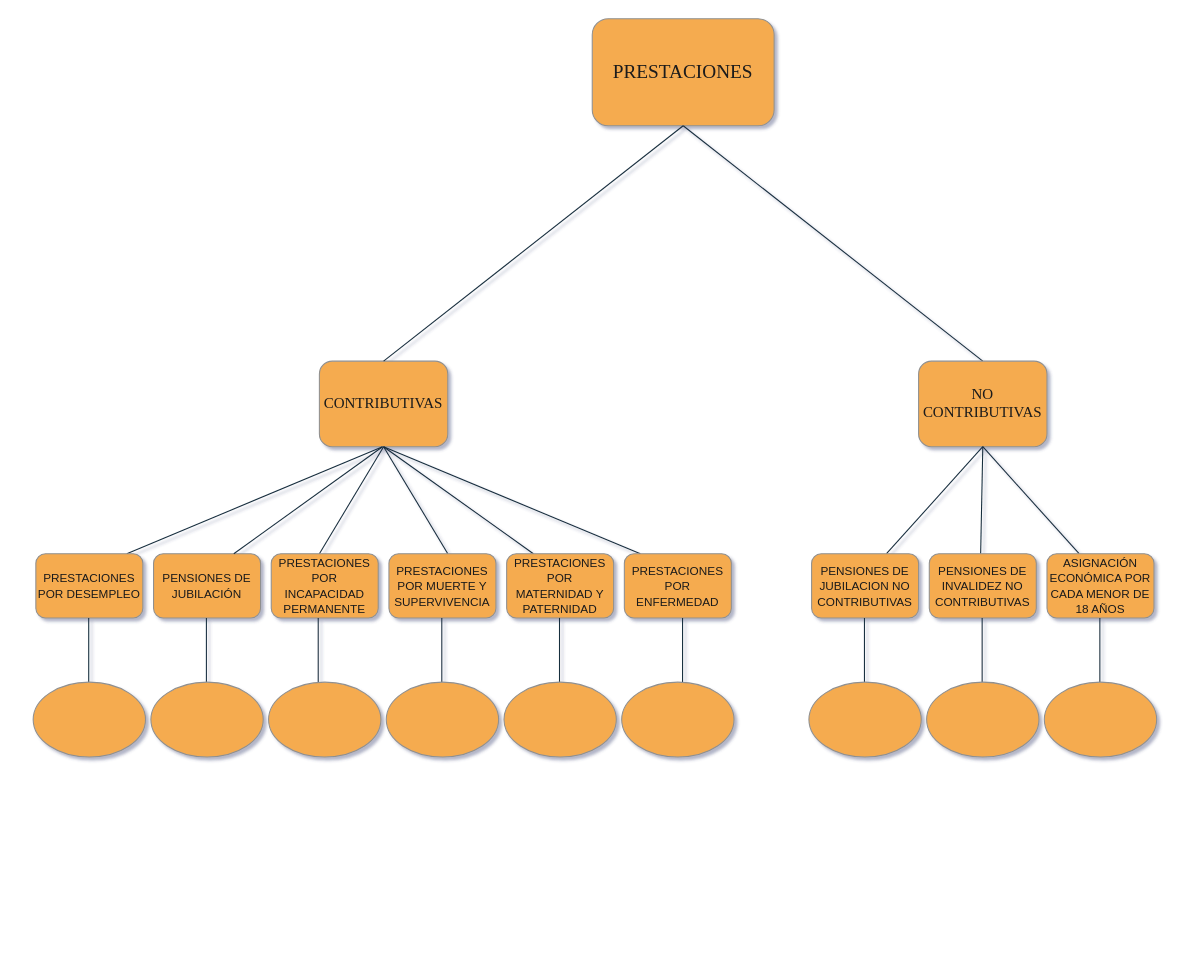
Earlier version of the draw.io diagram Diagrama Hito Fol.drawio (Alexx231/python). Source tidied: cells renumbered, new cells numbered last; positions are measured from the earlier drawing's top-left corner, leaving out a move shared by most shapes. Both pictures are drawn from the tidied source at 107%, with x=0, y=0 at pixel (32, 18).
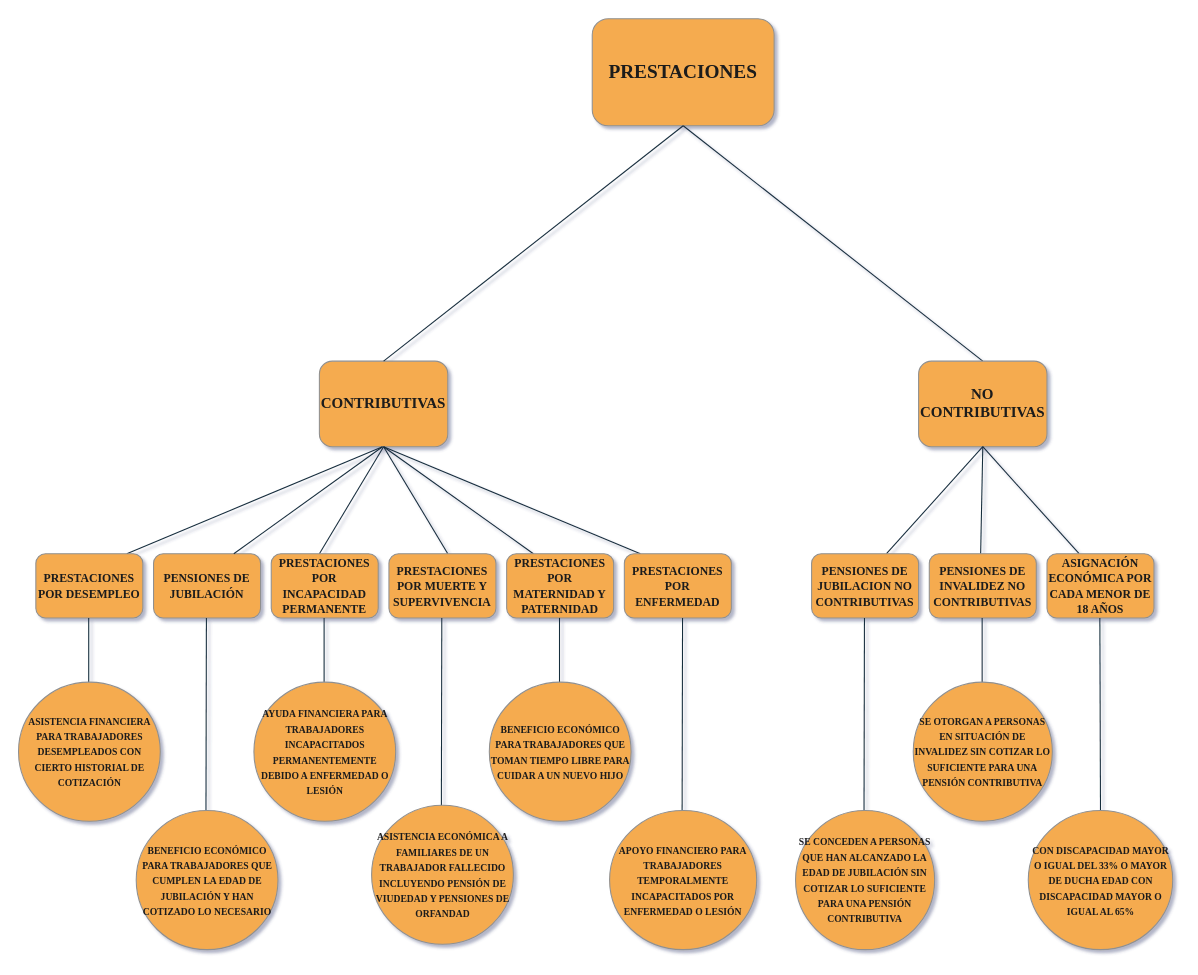
The same diagram, later.

The edit, as a diff of the source:
```diff
@@
-    <mxCell id="2" value="&lt;font style=&quot;font-size: 18px;&quot; face=&quot;Times New Roman&quot;&gt;PRESTACIONES&lt;/font&gt;" style="rounded=1;whiteSpace=wrap;html=1;labelBackgroundColor=none;fillColor=#F5AB50;strokeColor=#909090;fontColor=#1A1A1A;" parent="1" vertex="1">
+    <mxCell id="2" value="&lt;font style=&quot;font-size: 18px;&quot; face=&quot;Times New Roman&quot;&gt;&lt;b&gt;PRESTACIONES&lt;/b&gt;&lt;/font&gt;" style="rounded=1;whiteSpace=wrap;html=1;labelBackgroundColor=none;fillColor=#F5AB50;strokeColor=#909090;fontColor=#1A1A1A;" parent="1" vertex="1">
       <mxGeometry x="523" width="170" height="100" as="geometry" />
     </mxCell>
-    <mxCell id="3" value="&lt;font style=&quot;font-size: 14px;&quot; face=&quot;Times New Roman&quot;&gt;CONTRIBUTIVAS&lt;/font&gt;" style="rounded=1;whiteSpace=wrap;html=1;labelBackgroundColor=none;fillColor=#F5AB50;strokeColor=#909090;fontColor=#1A1A1A;" parent="1" vertex="1">
+    <mxCell id="3" value="&lt;font style=&quot;font-size: 14px;&quot; face=&quot;Times New Roman&quot;&gt;&lt;b&gt;CONTRIBUTIVAS&lt;/b&gt;&lt;/font&gt;" style="rounded=1;whiteSpace=wrap;html=1;labelBackgroundColor=none;fillColor=#F5AB50;strokeColor=#909090;fontColor=#1A1A1A;" parent="1" vertex="1">
       <mxGeometry x="268" y="320" width="120" height="80" as="geometry" />
     </mxCell>
-    <mxCell id="4" value="&lt;font style=&quot;font-size: 11px;&quot;&gt;PENSIONES DE JUBILACIÓN&lt;/font&gt;" style="rounded=1;whiteSpace=wrap;html=1;labelBackgroundColor=none;fillColor=#F5AB50;strokeColor=#909090;fontColor=#1A1A1A;" parent="1" vertex="1">
+    <mxCell id="4" value="&lt;font face=&quot;Times New Roman&quot; style=&quot;font-size: 11px;&quot;&gt;&lt;b&gt;PENSIONES DE JUBILACIÓN&lt;/b&gt;&lt;/font&gt;" style="rounded=1;whiteSpace=wrap;html=1;labelBackgroundColor=none;fillColor=#F5AB50;strokeColor=#909090;fontColor=#1A1A1A;" parent="1" vertex="1">
       <mxGeometry x="113" y="500" width="100" height="60" as="geometry" />
     </mxCell>
@@
-    <mxCell id="7" value="&lt;font face=&quot;Times New Roman&quot; style=&quot;font-size: 14px;&quot;&gt;NO CONTRIBUTIVAS&lt;/font&gt;" style="rounded=1;whiteSpace=wrap;html=1;labelBackgroundColor=none;fillColor=#F5AB50;strokeColor=#909090;fontColor=#1A1A1A;" parent="1" vertex="1">
+    <mxCell id="7" value="&lt;font face=&quot;Times New Roman&quot; style=&quot;font-size: 14px;&quot;&gt;&lt;b&gt;NO CONTRIBUTIVAS&lt;/b&gt;&lt;/font&gt;" style="rounded=1;whiteSpace=wrap;html=1;labelBackgroundColor=none;fillColor=#F5AB50;strokeColor=#909090;fontColor=#1A1A1A;" parent="1" vertex="1">
       <mxGeometry x="828" y="320" width="120" height="80" as="geometry" />
     </mxCell>
@@
-    <mxCell id="14" value="&lt;font style=&quot;font-size: 11px;&quot;&gt;PRESTACIONES POR INCAPACIDAD PERMANENTE&lt;/font&gt;" style="rounded=1;whiteSpace=wrap;html=1;labelBackgroundColor=none;fillColor=#F5AB50;strokeColor=#909090;fontColor=#1A1A1A;" parent="1" vertex="1">
+    <mxCell id="14" value="&lt;font face=&quot;Times New Roman&quot; style=&quot;font-size: 11px;&quot;&gt;&lt;b&gt;PRESTACIONES POR INCAPACIDAD PERMANENTE&lt;/b&gt;&lt;/font&gt;" style="rounded=1;whiteSpace=wrap;html=1;labelBackgroundColor=none;fillColor=#F5AB50;strokeColor=#909090;fontColor=#1A1A1A;" parent="1" vertex="1">
       <mxGeometry x="223" y="500" width="100" height="60" as="geometry" />
     </mxCell>
-    <mxCell id="15" value="&lt;font style=&quot;font-size: 11px;&quot;&gt;PRESTACIONES POR DESEMPLEO&lt;/font&gt;&lt;span id=&quot;docs-internal-guid-49e1480e-7fff-4781-98b6-2acfe4be3718&quot;&gt;&lt;/span&gt;&lt;span id=&quot;docs-internal-guid-9d8ec7dc-7fff-ddeb-47c2-e3805ae331d7&quot;&gt;&lt;/span&gt;" style="rounded=1;whiteSpace=wrap;html=1;labelBackgroundColor=none;fillColor=#F5AB50;strokeColor=#909090;fontColor=#1A1A1A;" parent="1" vertex="1">
+    <mxCell id="15" value="&lt;font face=&quot;Times New Roman&quot; style=&quot;font-size: 11px;&quot;&gt;&lt;b&gt;PRESTACIONES POR DESEMPLEO&lt;/b&gt;&lt;/font&gt;&lt;span id=&quot;docs-internal-guid-49e1480e-7fff-4781-98b6-2acfe4be3718&quot;&gt;&lt;/span&gt;&lt;span id=&quot;docs-internal-guid-9d8ec7dc-7fff-ddeb-47c2-e3805ae331d7&quot;&gt;&lt;/span&gt;" style="rounded=1;whiteSpace=wrap;html=1;labelBackgroundColor=none;fillColor=#F5AB50;strokeColor=#909090;fontColor=#1A1A1A;" parent="1" vertex="1">
       <mxGeometry x="3" y="500" width="100" height="60" as="geometry" />
     </mxCell>
-    <mxCell id="16" value="&lt;font style=&quot;font-size: 11px;&quot;&gt;PRESTACIONES POR MATERNIDAD Y PATERNIDAD&lt;/font&gt;" style="rounded=1;whiteSpace=wrap;html=1;labelBackgroundColor=none;fillColor=#F5AB50;strokeColor=#909090;fontColor=#1A1A1A;" parent="1" vertex="1">
+    <mxCell id="16" value="&lt;font face=&quot;Times New Roman&quot; style=&quot;font-size: 11px;&quot;&gt;&lt;b&gt;PRESTACIONES POR MATERNIDAD Y PATERNIDAD&lt;/b&gt;&lt;/font&gt;" style="rounded=1;whiteSpace=wrap;html=1;labelBackgroundColor=none;fillColor=#F5AB50;strokeColor=#909090;fontColor=#1A1A1A;" parent="1" vertex="1">
       <mxGeometry x="443" y="500" width="100" height="60" as="geometry" />
     </mxCell>
-    <mxCell id="17" value="&lt;font style=&quot;font-size: 11px;&quot;&gt;PRESTACIONES POR ENFERMEDAD&lt;/font&gt;" style="rounded=1;whiteSpace=wrap;html=1;labelBackgroundColor=none;fillColor=#F5AB50;strokeColor=#909090;fontColor=#1A1A1A;" parent="1" vertex="1">
+    <mxCell id="17" value="&lt;font face=&quot;Times New Roman&quot; style=&quot;font-size: 11px;&quot;&gt;&lt;b&gt;PRESTACIONES POR ENFERMEDAD&lt;/b&gt;&lt;/font&gt;" style="rounded=1;whiteSpace=wrap;html=1;labelBackgroundColor=none;fillColor=#F5AB50;strokeColor=#909090;fontColor=#1A1A1A;" parent="1" vertex="1">
       <mxGeometry x="553" y="500" width="100" height="60" as="geometry" />
     </mxCell>
-    <mxCell id="18" value="&lt;font style=&quot;font-size: 11px;&quot;&gt;PRESTACIONES POR MUERTE Y SUPERVIVENCIA&lt;/font&gt;" style="rounded=1;whiteSpace=wrap;html=1;labelBackgroundColor=none;fillColor=#F5AB50;strokeColor=#909090;fontColor=#1A1A1A;" parent="1" vertex="1">
+    <mxCell id="18" value="&lt;font face=&quot;Times New Roman&quot; style=&quot;font-size: 11px;&quot;&gt;&lt;b&gt;PRESTACIONES POR MUERTE Y SUPERVIVENCIA&lt;/b&gt;&lt;/font&gt;" style="rounded=1;whiteSpace=wrap;html=1;labelBackgroundColor=none;fillColor=#F5AB50;strokeColor=#909090;fontColor=#1A1A1A;" parent="1" vertex="1">
       <mxGeometry x="333" y="500" width="100" height="60" as="geometry" />
     </mxCell>
@@
-    <mxCell id="22" value="&lt;font style=&quot;font-size: 11px;&quot;&gt;PENSIONES DE INVALIDEZ NO CONTRIBUTIVAS&lt;/font&gt;" style="rounded=1;whiteSpace=wrap;html=1;labelBackgroundColor=none;fillColor=#F5AB50;strokeColor=#909090;fontColor=#1A1A1A;" parent="1" vertex="1">
+    <mxCell id="22" value="&lt;font face=&quot;Times New Roman&quot; style=&quot;font-size: 11px;&quot;&gt;&lt;b&gt;PENSIONES DE INVALIDEZ NO CONTRIBUTIVAS&lt;/b&gt;&lt;/font&gt;" style="rounded=1;whiteSpace=wrap;html=1;labelBackgroundColor=none;fillColor=#F5AB50;strokeColor=#909090;fontColor=#1A1A1A;" parent="1" vertex="1">
       <mxGeometry x="838" y="500" width="100" height="60" as="geometry" />
     </mxCell>
-    <mxCell id="23" value="&lt;font style=&quot;font-size: 11px;&quot;&gt;ASIGNACIÓN ECONÓMICA POR CADA MENOR DE 18 AÑOS&lt;/font&gt;" style="rounded=1;whiteSpace=wrap;html=1;labelBackgroundColor=none;fillColor=#F5AB50;strokeColor=#909090;fontColor=#1A1A1A;" parent="1" vertex="1">
+    <mxCell id="23" value="&lt;font face=&quot;Times New Roman&quot; style=&quot;font-size: 11px;&quot;&gt;&lt;b&gt;ASIGNACIÓN ECONÓMICA POR CADA MENOR DE 18 AÑOS&lt;/b&gt;&lt;/font&gt;" style="rounded=1;whiteSpace=wrap;html=1;labelBackgroundColor=none;fillColor=#F5AB50;strokeColor=#909090;fontColor=#1A1A1A;" parent="1" vertex="1">
       <mxGeometry x="948" y="500" width="100" height="60" as="geometry" />
     </mxCell>
-    <mxCell id="24" value="&lt;font style=&quot;font-size: 11px;&quot;&gt;PENSIONES DE JUBILACION NO CONTRIBUTIVAS&lt;/font&gt;" style="rounded=1;whiteSpace=wrap;html=1;labelBackgroundColor=none;fillColor=#F5AB50;strokeColor=#909090;fontColor=#1A1A1A;" parent="1" vertex="1">
+    <mxCell id="24" value="&lt;font face=&quot;Times New Roman&quot; style=&quot;font-size: 11px;&quot;&gt;&lt;b&gt;PENSIONES DE JUBILACION NO CONTRIBUTIVAS&lt;/b&gt;&lt;/font&gt;" style="rounded=1;whiteSpace=wrap;html=1;labelBackgroundColor=none;fillColor=#F5AB50;strokeColor=#909090;fontColor=#1A1A1A;" parent="1" vertex="1">
       <mxGeometry x="728" y="500" width="100" height="60" as="geometry" />
     </mxCell>
     <mxCell id="25" style="endArrow=none;html=1;rounded=1;labelBackgroundColor=none;strokeColor=#182E3E;fontColor=default;" parent="1" edge="1">
       <mxGeometry relative="1" as="geometry">
-        <mxPoint x="382.4" y="620" as="sourcePoint" />
+        <mxPoint x="382" y="740" as="sourcePoint" />
         <mxPoint x="382.4" y="560" as="targetPoint" />
       </mxGeometry>
     </mxCell>
@@
     <mxCell id="27" style="endArrow=none;html=1;rounded=1;labelBackgroundColor=none;strokeColor=#182E3E;fontColor=default;" parent="1" edge="1">
       <mxGeometry relative="1" as="geometry">
-        <mxPoint x="607.4" y="620" as="sourcePoint" />
+        <mxPoint x="607" y="740" as="sourcePoint" />
         <mxPoint x="607.4" y="560" as="targetPoint" />
       </mxGeometry>
     </mxCell>
     <mxCell id="28" style="endArrow=none;html=1;rounded=1;labelBackgroundColor=none;strokeColor=#182E3E;fontColor=default;" parent="1" edge="1">
       <mxGeometry relative="1" as="geometry">
-        <mxPoint x="777.4" y="620" as="sourcePoint" />
+        <mxPoint x="777" y="740" as="sourcePoint" />
         <mxPoint x="777.4" y="560" as="targetPoint" />
       </mxGeometry>
     </mxCell>
@@
     <mxCell id="30" style="endArrow=none;html=1;rounded=1;labelBackgroundColor=none;strokeColor=#182E3E;fontColor=default;" parent="1" edge="1">
       <mxGeometry relative="1" as="geometry">
-        <mxPoint x="997.4" y="620" as="sourcePoint" />
+        <mxPoint x="998" y="740" as="sourcePoint" />
         <mxPoint x="997.4" y="560" as="targetPoint" />
       </mxGeometry>
     </mxCell>
@@
     <mxCell id="32" style="endArrow=none;html=1;rounded=1;labelBackgroundColor=none;strokeColor=#182E3E;fontColor=default;" parent="1" edge="1">
       <mxGeometry relative="1" as="geometry">
-        <mxPoint x="162.4" y="620" as="sourcePoint" />
+        <mxPoint x="162" y="740" as="sourcePoint" />
         <mxPoint x="162.4" y="560" as="targetPoint" />
       </mxGeometry>
     </mxCell>
     <mxCell id="33" style="endArrow=none;html=1;rounded=1;labelBackgroundColor=none;strokeColor=#182E3E;fontColor=default;" parent="1" edge="1">
       <mxGeometry relative="1" as="geometry">
-        <mxPoint x="266.9" y="620" as="sourcePoint" />
-        <mxPoint x="266.9" y="560" as="targetPoint" />
+        <mxPoint x="272.4" y="620" as="sourcePoint" />
+        <mxPoint x="272.4" y="560" as="targetPoint" />
       </mxGeometry>
     </mxCell>
-    <mxCell id="34" style="ellipse;whiteSpace=wrap;html=1;rounded=1;labelBackgroundColor=none;fillColor=#F5AB50;strokeColor=#909090;fontColor=#1A1A1A;" parent="1" vertex="1">
-      <mxGeometry x="0.5" y="620" width="105" height="70" as="geometry" />
+    <mxCell id="34" value="&lt;font style=&quot;font-size: 9px;&quot; face=&quot;Times New Roman&quot;&gt;&lt;b&gt;ASISTENCIA FINANCIERA PARA TRABAJADORES DESEMPLEADOS CON CIERTO HISTORIAL DE COTIZACIÓN&lt;/b&gt;&lt;/font&gt;" style="ellipse;whiteSpace=wrap;html=1;rounded=1;labelBackgroundColor=none;fillColor=#F5AB50;strokeColor=#909090;fontColor=#1A1A1A;" parent="1" vertex="1">
+      <mxGeometry x="-13.2" y="620" width="132.5" height="130" as="geometry" />
     </mxCell>
-    <mxCell id="35" style="ellipse;whiteSpace=wrap;html=1;rounded=1;labelBackgroundColor=none;fillColor=#F5AB50;strokeColor=#909090;fontColor=#1A1A1A;" parent="1" vertex="1">
-      <mxGeometry x="110.5" y="620" width="105" height="70" as="geometry" />
-    </mxCell>
-    <mxCell id="36" style="ellipse;whiteSpace=wrap;html=1;rounded=1;labelBackgroundColor=none;fillColor=#F5AB50;strokeColor=#909090;fontColor=#1A1A1A;" parent="1" vertex="1">
-      <mxGeometry x="220.5" y="620" width="105" height="70" as="geometry" />
-    </mxCell>
-    <mxCell id="37" style="ellipse;whiteSpace=wrap;html=1;rounded=1;labelBackgroundColor=none;fillColor=#F5AB50;strokeColor=#909090;fontColor=#1A1A1A;" parent="1" vertex="1">
-      <mxGeometry x="330.5" y="620" width="105" height="70" as="geometry" />
-    </mxCell>
-    <mxCell id="38" style="ellipse;whiteSpace=wrap;html=1;rounded=1;labelBackgroundColor=none;fillColor=#F5AB50;strokeColor=#909090;fontColor=#1A1A1A;" parent="1" vertex="1">
-      <mxGeometry x="440.5" y="620" width="105" height="70" as="geometry" />
-    </mxCell>
-    <mxCell id="39" style="ellipse;whiteSpace=wrap;html=1;rounded=1;labelBackgroundColor=none;fillColor=#F5AB50;strokeColor=#909090;fontColor=#1A1A1A;" parent="1" vertex="1">
-      <mxGeometry x="550.5" y="620" width="105" height="70" as="geometry" />
-    </mxCell>
-    <mxCell id="40" style="ellipse;whiteSpace=wrap;html=1;rounded=1;labelBackgroundColor=none;fillColor=#F5AB50;strokeColor=#909090;fontColor=#1A1A1A;" parent="1" vertex="1">
-      <mxGeometry x="725.5" y="620" width="105" height="70" as="geometry" />
-    </mxCell>
-    <mxCell id="41" style="ellipse;whiteSpace=wrap;html=1;rounded=1;labelBackgroundColor=none;fillColor=#F5AB50;strokeColor=#909090;fontColor=#1A1A1A;" parent="1" vertex="1">
-      <mxGeometry x="835.5" y="620" width="105" height="70" as="geometry" />
-    </mxCell>
-    <mxCell id="42" style="ellipse;whiteSpace=wrap;html=1;rounded=1;labelBackgroundColor=none;fillColor=#F5AB50;strokeColor=#909090;fontColor=#1A1A1A;" parent="1" vertex="1">
-      <mxGeometry x="945.5" y="620" width="105" height="70" as="geometry" />
-    </mxCell>
+    <mxCell id="43" value="&lt;font style=&quot;font-size: 9px;&quot; face=&quot;Times New Roman&quot;&gt;&lt;b&gt;BENEFICIO ECONÓMICO PARA TRABAJADORES QUE CUMPLEN LA EDAD DE JUBILACIÓN Y HAN COTIZADO LO NECESARIO&lt;/b&gt;&lt;/font&gt;" style="ellipse;whiteSpace=wrap;html=1;rounded=1;labelBackgroundColor=none;fillColor=#F5AB50;strokeColor=#909090;fontColor=#1A1A1A;" parent="1" vertex="1">
+      <mxGeometry x="96.8" y="740" width="132.5" height="130" as="geometry" />
+    </mxCell>
+    <mxCell id="44" value="&lt;font style=&quot;font-size: 9px;&quot; face=&quot;Times New Roman&quot;&gt;&lt;b&gt;AYUDA FINANCIERA PARA TRABAJADORES INCAPACITADOS PERMANENTEMENTE DEBIDO A ENFERMEDAD O LESIÓN&lt;/b&gt;&lt;/font&gt;" style="ellipse;whiteSpace=wrap;html=1;rounded=1;labelBackgroundColor=none;fillColor=#F5AB50;strokeColor=#909090;fontColor=#1A1A1A;" parent="1" vertex="1">
+      <mxGeometry x="206.8" y="620" width="132.5" height="130" as="geometry" />
+    </mxCell>
+    <mxCell id="45" value="&lt;font style=&quot;font-size: 9px;&quot; face=&quot;Times New Roman&quot;&gt;&lt;b style=&quot;&quot;&gt;BENEFICIO ECONÓMICO PARA TRABAJADORES QUE TOMAN TIEMPO LIBRE PARA CUIDAR A UN NUEVO HIJO&lt;/b&gt;&lt;/font&gt;" style="ellipse;whiteSpace=wrap;html=1;rounded=1;labelBackgroundColor=none;fillColor=#F5AB50;strokeColor=#909090;fontColor=#1A1A1A;" parent="1" vertex="1">
+      <mxGeometry x="426.8" y="620" width="132.5" height="130" as="geometry" />
+    </mxCell>
+    <mxCell id="46" value="&lt;font style=&quot;font-size: 9px;&quot; face=&quot;Times New Roman&quot;&gt;&lt;b&gt;ASISTENCIA ECONÓMICA A FAMILIARES DE UN TRABAJADOR FALLECIDO INCLUYENDO PENSIÓN DE VIUDEDAD Y PENSIONES DE ORFANDAD&lt;/b&gt;&lt;/font&gt;" style="ellipse;whiteSpace=wrap;html=1;rounded=1;labelBackgroundColor=none;fillColor=#F5AB50;strokeColor=#909090;fontColor=#1A1A1A;" parent="1" vertex="1">
+      <mxGeometry x="316.8" y="735" width="132.5" height="130" as="geometry" />
+    </mxCell>
+    <mxCell id="47" value="&lt;font style=&quot;font-size: 9px;&quot; face=&quot;Times New Roman&quot;&gt;&lt;b&gt;APOYO FINANCIERO PARA TRABAJADORES TEMPORALMENTE INCAPACITADOS POR ENFERMEDAD O LESIÓN&lt;/b&gt;&lt;/font&gt;" style="ellipse;whiteSpace=wrap;html=1;rounded=1;labelBackgroundColor=none;fillColor=#F5AB50;strokeColor=#909090;fontColor=#1A1A1A;" parent="1" vertex="1">
+      <mxGeometry x="539.2" y="740" width="137.5" height="130" as="geometry" />
+    </mxCell>
+    <mxCell id="48" value="&lt;font style=&quot;font-size: 9px;&quot; face=&quot;Times New Roman&quot;&gt;&lt;b&gt;SE OTORGAN A PERSONAS EN SITUACIÓN DE INVALIDEZ SIN COTIZAR LO SUFICIENTE PARA UNA PENSIÓN CONTRIBUTIVA&lt;/b&gt;&lt;/font&gt;" style="ellipse;whiteSpace=wrap;html=1;rounded=1;labelBackgroundColor=none;fillColor=#F5AB50;strokeColor=#909090;fontColor=#1A1A1A;" parent="1" vertex="1">
+      <mxGeometry x="823" y="620" width="130" height="130" as="geometry" />
+    </mxCell>
+    <mxCell id="49" value="&lt;font face=&quot;Times New Roman&quot; style=&quot;font-size: 9px;&quot;&gt;&lt;b&gt;SE CONCEDEN A PERSONAS QUE HAN ALCANZADO LA EDAD DE JUBILACIÓN SIN COTIZAR LO SUFICIENTE PARA UNA PENSIÓN CONTRIBUTIVA&lt;/b&gt;&lt;/font&gt;" style="ellipse;whiteSpace=wrap;html=1;rounded=1;labelBackgroundColor=none;fillColor=#F5AB50;strokeColor=#909090;fontColor=#1A1A1A;" parent="1" vertex="1">
+      <mxGeometry x="713" y="740" width="130" height="130" as="geometry" />
+    </mxCell>
+    <mxCell id="50" value="&lt;font style=&quot;font-size: 9px;&quot; face=&quot;Times New Roman&quot;&gt;&lt;b style=&quot;&quot;&gt;CON DISCAPACIDAD MAYOR O IGUAL DEL 33% O MAYOR DE DUCHA EDAD CON DISCAPACIDAD MAYOR O IGUAL AL 65%&lt;/b&gt;&lt;/font&gt;" style="ellipse;whiteSpace=wrap;html=1;rounded=1;labelBackgroundColor=none;fillColor=#F5AB50;strokeColor=#909090;fontColor=#1A1A1A;" parent="1" vertex="1">
+      <mxGeometry x="930.5" y="740" width="135" height="130" as="geometry" />
+    </mxCell>
```
